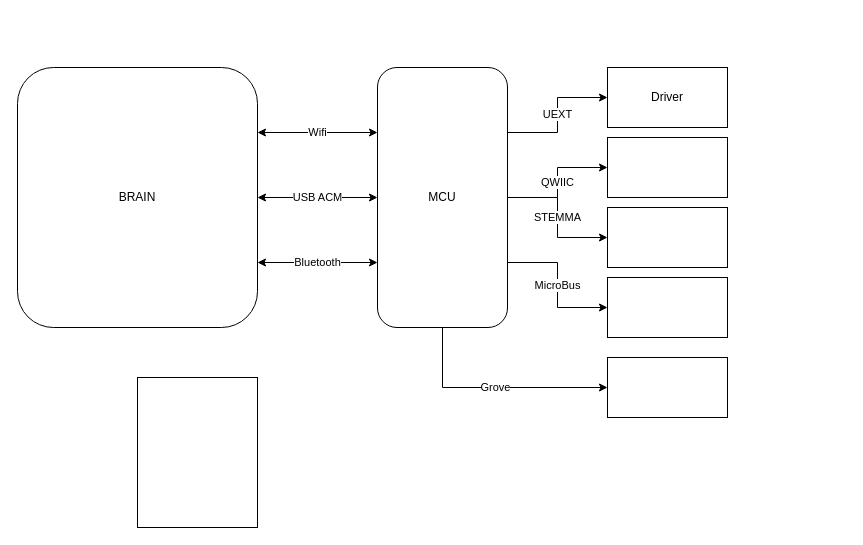
The draw.io diagram docs/Untitled Diagram.drawio in vortex314/tiva-rs, before the edit. Source tidied: cells renumbered, new cells numbered last; positions are measured from the earlier drawing's top-left corner, leaving out a move shared by most shapes. Both pictures are drawn from the tidied source at 100%, with x=0, y=0 at pixel (17, 67). Pictures stored in the file or linked from it are replaced by grey dashed boxes.
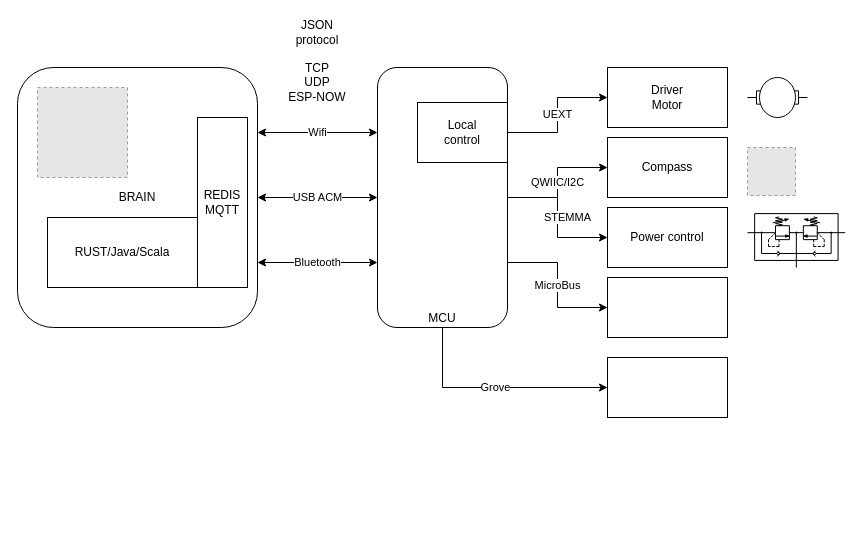
The same diagram, later.

What changed in the source:
```diff
@@
-    <mxCell id="4" value="BRAIN" style="rounded=1;whiteSpace=wrap;html=1;" parent="1" vertex="1">
+    <mxCell id="4" value="BRAIN" style="rounded=1;whiteSpace=wrap;html=1;align=center;" parent="1" vertex="1">
       <mxGeometry width="240" height="260" as="geometry" />
     </mxCell>
@@
-    <mxCell id="6" value="QWIIC" style="edgeStyle=orthogonalEdgeStyle;rounded=0;jettySize=auto;html=1;exitX=1;exitY=0.5;exitDx=0;exitDy=0;entryX=0;entryY=0.5;entryDx=0;entryDy=0;" parent="1" edge="1" source="10" target="13">
+    <mxCell id="6" value="QWIIC/I2C" style="edgeStyle=orthogonalEdgeStyle;rounded=0;jettySize=auto;html=1;exitX=1;exitY=0.5;exitDx=0;exitDy=0;entryX=0;entryY=0.5;entryDx=0;entryDy=0;" parent="1" edge="1" source="10" target="13">
       <mxGeometry relative="1" as="geometry" />
     </mxCell>
     <mxCell id="7" value="STEMMA" style="edgeStyle=orthogonalEdgeStyle;rounded=0;jettySize=auto;html=1;exitX=1;exitY=0.5;exitDx=0;exitDy=0;entryX=0;entryY=0.5;entryDx=0;entryDy=0;" parent="1" edge="1" source="10" target="14">
-      <mxGeometry relative="1" as="geometry" />
+      <mxGeometry y="10" relative="1" as="geometry" />
     </mxCell>
@@
-    <mxCell id="10" value="MCU" style="rounded=1;whiteSpace=wrap;html=1;" parent="1" vertex="1">
+    <mxCell id="10" value="MCU" style="rounded=1;whiteSpace=wrap;html=1;verticalAlign=bottom;" parent="1" vertex="1">
       <mxGeometry x="360" width="130" height="260" as="geometry" />
     </mxCell>
-    <mxCell id="11" value="Driver" style="rounded=0;whiteSpace=wrap;html=1;" parent="1" vertex="1">
+    <mxCell id="11" value="Driver&lt;br&gt;Motor" style="rounded=0;whiteSpace=wrap;html=1;" parent="1" vertex="1">
       <mxGeometry x="590" width="120" height="60" as="geometry" />
     </mxCell>
@@
-    <mxCell id="13" style="rounded=0;whiteSpace=wrap;html=1;" parent="1" vertex="1">
+    <mxCell id="13" value="Compass" style="rounded=0;whiteSpace=wrap;html=1;" parent="1" vertex="1">
       <mxGeometry x="590" y="70" width="120" height="60" as="geometry" />
     </mxCell>
-    <mxCell id="14" style="rounded=0;whiteSpace=wrap;html=1;" parent="1" vertex="1">
+    <mxCell id="14" value="Power control" style="rounded=0;whiteSpace=wrap;html=1;" parent="1" vertex="1">
       <mxGeometry x="590" y="140" width="120" height="60" as="geometry" />
     </mxCell>
@@
-    <mxCell id="17" style="rounded=0;whiteSpace=wrap;html=1;" parent="1" vertex="1">
-      <mxGeometry x="120" y="310" width="120" height="150" as="geometry" />
+    <mxCell id="17" value="REDIS&lt;br&gt;MQTT" style="rounded=0;whiteSpace=wrap;html=1;" parent="1" vertex="1">
+      <mxGeometry x="180" y="50" width="50" height="170" as="geometry" />
     </mxCell>
+    <mxCell id="18" value="TCP&lt;br&gt;UDP&lt;br&gt;ESP-NOW" style="text;html=1;strokeColor=none;fillColor=none;align=center;verticalAlign=middle;whiteSpace=wrap;rounded=0;" parent="1" vertex="1">
+      <mxGeometry x="270" width="60" height="30" as="geometry" />
+    </mxCell>
+    <mxCell id="19" style="fillColor=#E6E6E6;strokeColor=#999999;dashed=1;html=1;verticalAlign=top;verticalLabelPosition=bottom;labelBackgroundColor=#ffffff;" parent="1" vertex="1">
+      <mxGeometry x="20" y="20" width="90" height="90" as="geometry" />
+    </mxCell>
+    <mxCell id="20" style="shape=mxgraph.electrical.electro-mechanical.motor_2;html=1;shadow=0;dashed=0;align=center;fontSize=30;strokeWidth=1;" parent="1" vertex="1">
+      <mxGeometry x="730" y="10" width="60" height="40" as="geometry" />
+    </mxCell>
+    <mxCell id="21" style="fillColor=#E6E6E6;strokeColor=#999999;dashed=1;html=1;verticalAlign=top;verticalLabelPosition=bottom;labelBackgroundColor=#ffffff;" parent="1" vertex="1">
+      <mxGeometry x="730" y="80" width="48" height="48" as="geometry" />
+    </mxCell>
+    <mxCell id="22" style="verticalLabelPosition=bottom;html=1;verticalAlign=top;fillColor=strokeColor;align=center;shape=mxgraph.fluid_power.x10580;" parent="1" vertex="1">
+      <mxGeometry x="730" y="146.1" width="97.7" height="53.9" as="geometry" />
+    </mxCell>
+    <mxCell id="23" value="JSON protocol" style="text;html=1;strokeColor=none;fillColor=none;align=center;verticalAlign=middle;whiteSpace=wrap;rounded=0;" parent="1" vertex="1">
+      <mxGeometry x="270" y="-50" width="60" height="30" as="geometry" />
+    </mxCell>
+    <mxCell id="24" value="RUST/Java/Scala" style="rounded=0;whiteSpace=wrap;html=1;" parent="1" vertex="1">
+      <mxGeometry x="30" y="150" width="150" height="70" as="geometry" />
+    </mxCell>
+    <mxCell id="25" value="Local&lt;br&gt;control" style="rounded=0;whiteSpace=wrap;html=1;" parent="1" vertex="1">
+      <mxGeometry x="400" y="35" width="90" height="60" as="geometry" />
+    </mxCell>
```
